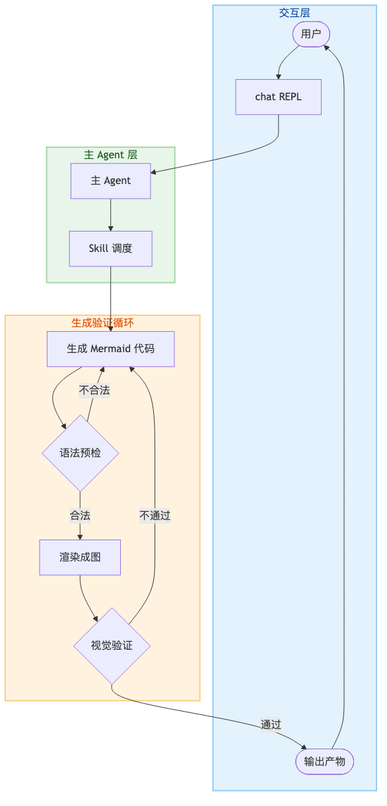
Before: docs/images/architecture_loop.png, a diagram exported from Mermaid (umeiko/Flowchart-cli). Its source is kept beside it as docs/images/architecture_loop.mmd. Its diagram source:
```mermaid
flowchart TD
    subgraph sub_interaction ["交互层"]
        n1(["用户"]) --> n2["chat REPL"]
        n9(["输出产物"]) --> n1
    end

    subgraph sub_agent ["主 Agent 层"]
        n2 --> n3["主 Agent"]
        n3 --> n4["Skill 调度"]
    end

    subgraph sub_loop ["生成验证循环"]
        n4 --> n5["生成 Mermaid 代码"]
        n5 --> n6{"语法预检"}
        n6 -->|"不合法"| n5
        n6 -->|"合法"| n7["渲染成图"]
        n7 --> n8{"视觉验证"}
        n8 -->|"不通过"| n5
        n8 -->|"通过"| n9
    end

    classDef interaction fill:#e3f2fd,stroke:#90caf9,stroke-width:2px,color:#0d47a1
    classDef agent fill:#e8f5e9,stroke:#a5d6a7,stroke-width:2px,color:#1b5e20
    classDef loop fill:#fff3e0,stroke:#ffcc80,stroke-width:2px,color:#e65100
    class sub_interaction interaction
    class sub_agent agent
    class sub_loop loop
```
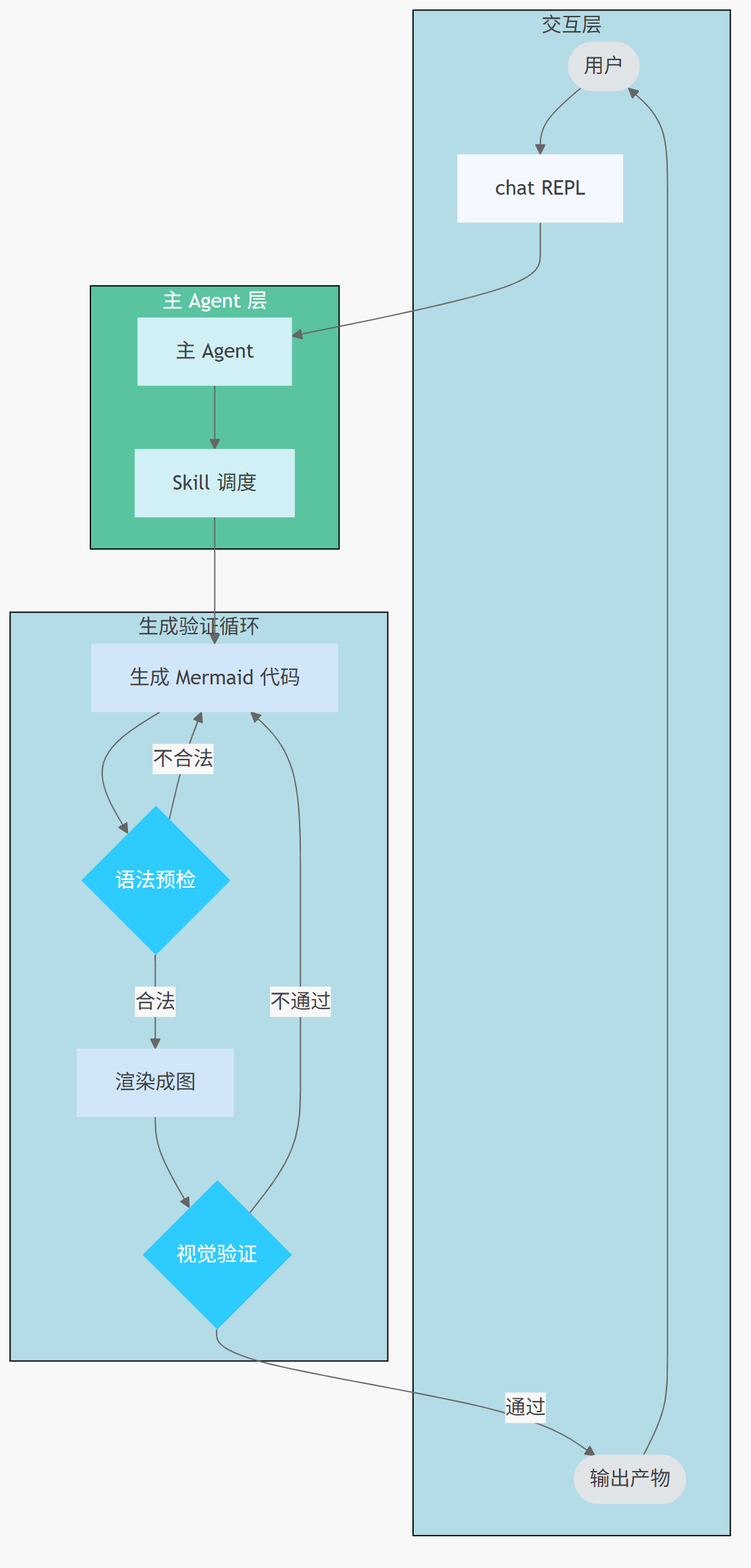
Later version of the same file.

What changed in the source:
```diff
@@ -1,27 +1,34 @@
+%%{init: {'theme': 'base', 'themeVariables': {'primaryColor': '#F5F8FF', 'primaryTextColor': '#3E4144', 'primaryBorderColor': 'transparent', 'lineColor': '#666666', 'secondaryColor': '#D2E6FA', 'tertiaryColor': '#F5F8FF', 'clusterBkg': '#D2E6FA', 'clusterBorder': '#666666', 'edgeLabelBackground': '#F8F8F8'}}}%%
 flowchart TD
-    subgraph sub_interaction ["交互层"]
-        n1(["用户"]) --> n2["chat REPL"]
-        n9(["输出产物"]) --> n1
+    classDef arc1 fill:#F5F8FF,color:#3E4144,stroke-width:0
+    classDef arc2 fill:#D0F0F5,color:#3E4144,stroke-width:0
+    classDef arc3 fill:#D2E6FA,color:#3E4144,stroke-width:0
+    classDef arc4 fill:#E1E4E6,color:#3E4144,stroke-width:0
+    classDef arcCore fill:#2ECBFF,color:#FFFFFF,stroke-width:0
+
+    subgraph sub_interaction["交互层"]
+        direction LR
+        n1(["用户"]):::arc4 --> n2["chat REPL"]:::arc1
+        n9(["输出产物"]):::arc4 --> n1
     end
+    style sub_interaction fill:#B4DCE6,color:#3E4144,stroke:#000000
 
-    subgraph sub_agent ["主 Agent 层"]
-        n2 --> n3["主 Agent"]
-        n3 --> n4["Skill 调度"]
+    subgraph sub_agent["主 Agent 层"]
+        direction LR
+        n3["主 Agent"]:::arc2 --> n4["Skill 调度"]:::arc2
     end
+    style sub_agent fill:#5AC3A0,color:#FFFFFF,stroke:#000000
 
-    subgraph sub_loop ["生成验证循环"]
-        n4 --> n5["生成 Mermaid 代码"]
-        n5 --> n6{"语法预检"}
+    subgraph sub_loop["生成验证循环"]
+        direction LR
+        n5["生成 Mermaid 代码"]:::arc3 --> n6{"语法预检"}:::arcCore
         n6 -->|"不合法"| n5
-        n6 -->|"合法"| n7["渲染成图"]
-        n7 --> n8{"视觉验证"}
+        n6 -->|"合法"| n7["渲染成图"]:::arc3
+        n7 --> n8{"视觉验证"}:::arcCore
         n8 -->|"不通过"| n5
         n8 -->|"通过"| n9
     end
+    style sub_loop fill:#B4DCE6,color:#3E4144,stroke:#000000
 
-    classDef interaction fill:#e3f2fd,stroke:#90caf9,stroke-width:2px,color:#0d47a1
-    classDef agent fill:#e8f5e9,stroke:#a5d6a7,stroke-width:2px,color:#1b5e20
-    classDef loop fill:#fff3e0,stroke:#ffcc80,stroke-width:2px,color:#e65100
-    class sub_interaction interaction
-    class sub_agent agent
-    class sub_loop loop
+    n2 --> n3
+    n4 --> n5
```
